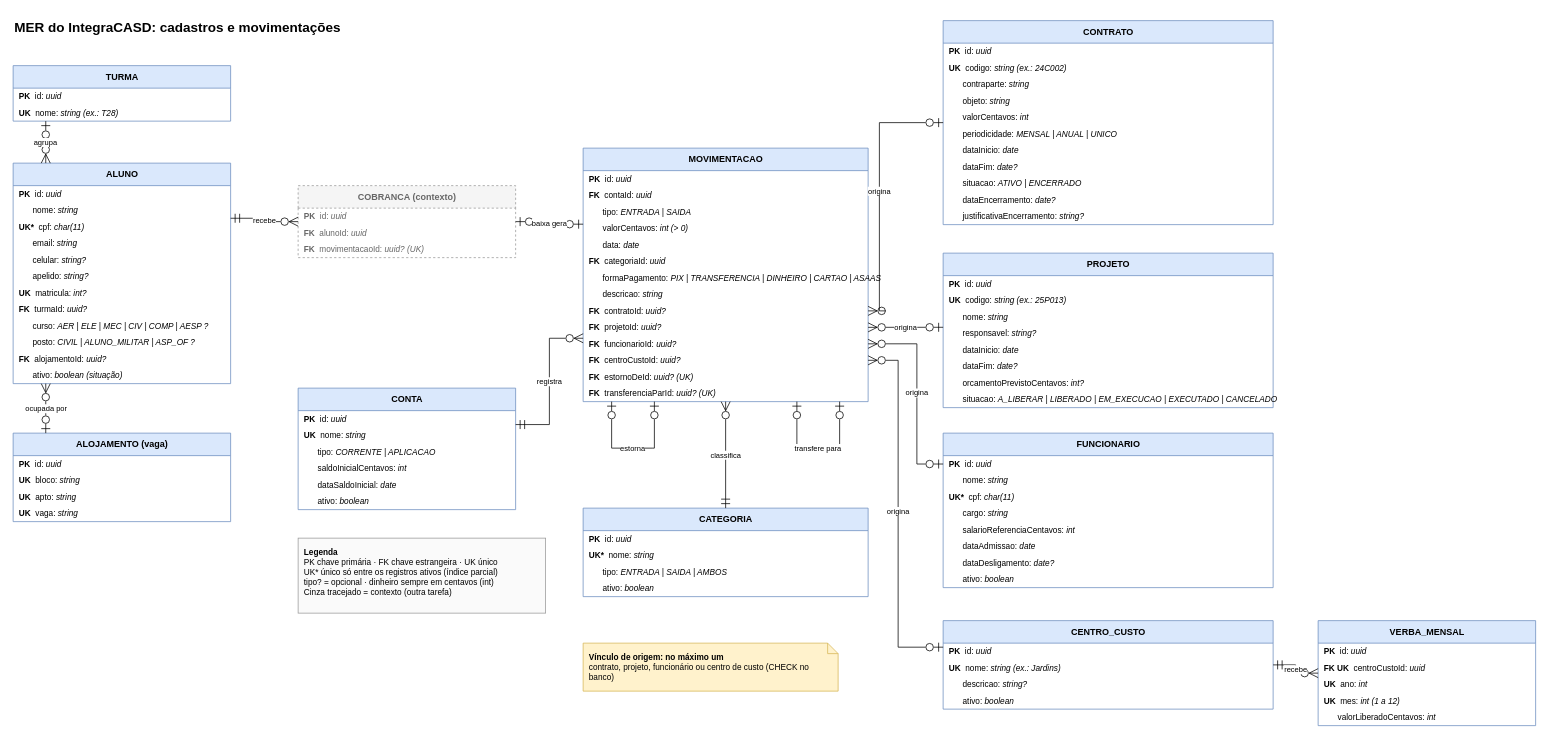
ry7a/IntegraCASD keeps this draw.io diagram as docs/arquitetura/mer-financeiro.drawio. Above is the earlier version. Source tidied: cells renumbered, new cells numbered last; positions are measured from the earlier drawing's top-left corner, leaving out a move shared by most shapes. Both pictures are drawn from the tidied source at 75%, with x=0, y=0 at pixel (13, 13).
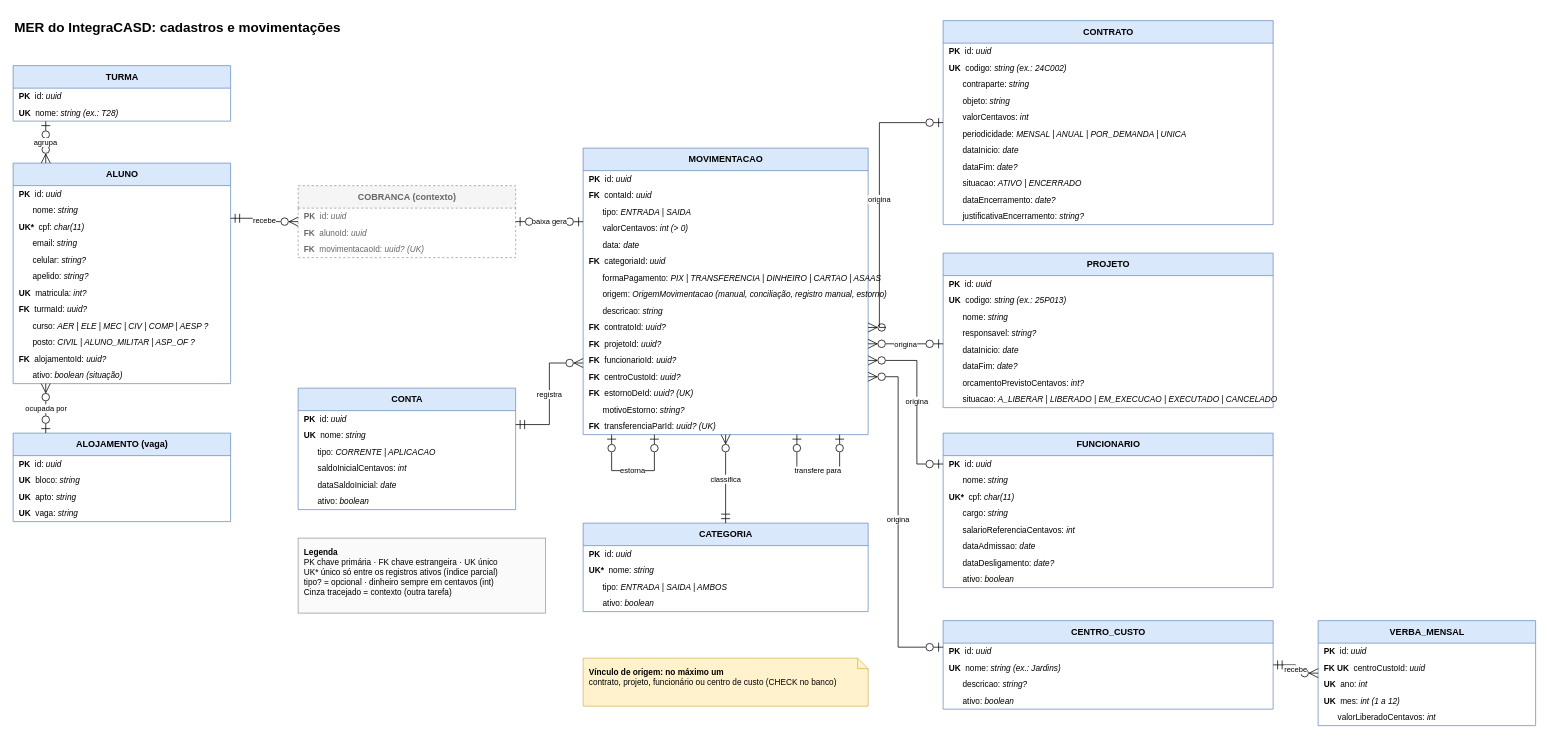
After the change.

Commit message (it also covers changes not shown here):
docs(arquitetura): registra as decisões do MER e os campos de origem e estorno

The change refers to these unchanged cells:
```xml
<mxCell id="26" value="COBRANCA (contexto)" style="swimlane;fontStyle=1;horizontal=1;startSize=30;html=1;fillColor=#F5F5F5;strokeColor=#999999;fontColor=#666666;dashed=1;" parent="1" vertex="1">
  <mxGeometry x="380" y="230" width="290" height="96" as="geometry" />
</mxCell>
<mxCell id="57" value="CONTRATO" style="swimlane;fontStyle=1;horizontal=1;startSize=30;html=1;fillColor=#DAE8FC;strokeColor=#6C8EBF;" parent="1" vertex="1">
  <mxGeometry x="1240" y="10" width="440" height="272" as="geometry" />
</mxCell>
<mxCell id="69" value="PROJETO" style="swimlane;fontStyle=1;horizontal=1;startSize=30;html=1;fillColor=#DAE8FC;strokeColor=#6C8EBF;" parent="1" vertex="1">
  <mxGeometry x="1240" y="320" width="440" height="206" as="geometry" />
</mxCell>
<mxCell id="78" value="FUNCIONARIO" style="swimlane;fontStyle=1;horizontal=1;startSize=30;html=1;fillColor=#DAE8FC;strokeColor=#6C8EBF;" parent="1" vertex="1">
  <mxGeometry x="1240" y="560" width="440" height="206" as="geometry" />
</mxCell>
<mxCell id="87" value="CENTRO_CUSTO" style="swimlane;fontStyle=1;horizontal=1;startSize=30;html=1;fillColor=#DAE8FC;strokeColor=#6C8EBF;" parent="1" vertex="1">
  <mxGeometry x="1240" y="810" width="440" height="118" as="geometry" />
</mxCell>
```

The edit, as a diff of the source:
```diff
@@
     <mxCell id="4" value="&lt;b&gt;Vínculo de origem: no máximo um&lt;/b&gt;&lt;br&gt;contrato, projeto, funcionário ou centro de custo (CHECK no banco)" style="shape=note;html=1;whiteSpace=wrap;align=left;verticalAlign=top;fontSize=11;size=14;fillColor=#FFF2CC;strokeColor=#D6B656;spacing=8;" parent="1" vertex="1">
-      <mxGeometry x="760" y="840" width="340" height="64" as="geometry" />
+      <mxGeometry x="760" y="860" width="380" height="64" as="geometry" />
     </mxCell>
@@
     <mxCell id="37" value="MOVIMENTACAO" style="swimlane;fontStyle=1;horizontal=1;startSize=30;html=1;fillColor=#DAE8FC;strokeColor=#6C8EBF;" parent="1" vertex="1">
-      <mxGeometry x="760" y="180" width="380" height="338" as="geometry" />
+      <mxGeometry x="760" y="180" width="380" height="382" as="geometry" />
     </mxCell>
@@
-    <mxCell id="45" value="&amp;nbsp;&amp;nbsp;&amp;nbsp;&amp;nbsp;&amp;nbsp;&amp;nbsp;descricao: &lt;i&gt;string&lt;/i&gt;" style="text;html=1;align=left;verticalAlign=middle;spacingLeft=6;fontSize=11;" parent="37" vertex="1">
+    <mxCell id="45" value="&amp;nbsp;&amp;nbsp;&amp;nbsp;&amp;nbsp;&amp;nbsp;&amp;nbsp;origem: &lt;i&gt;OrigemMovimentacao  (manual, conciliação, registro manual, estorno)&lt;/i&gt;" style="text;html=1;align=left;verticalAlign=middle;spacingLeft=6;fontSize=11;" parent="37" vertex="1">
       <mxGeometry y="184" width="380" height="22" as="geometry" />
     </mxCell>
-    <mxCell id="46" value="&lt;b&gt;FK&lt;/b&gt;&amp;nbsp;&amp;nbsp;contratoId: &lt;i&gt;uuid?&lt;/i&gt;" style="text;html=1;align=left;verticalAlign=middle;spacingLeft=6;fontSize=11;" parent="37" vertex="1">
+    <mxCell id="46" value="&amp;nbsp;&amp;nbsp;&amp;nbsp;&amp;nbsp;&amp;nbsp;&amp;nbsp;descricao: &lt;i&gt;string&lt;/i&gt;" style="text;html=1;align=left;verticalAlign=middle;spacingLeft=6;fontSize=11;" parent="37" vertex="1">
       <mxGeometry y="206" width="380" height="22" as="geometry" />
     </mxCell>
-    <mxCell id="47" value="&lt;b&gt;FK&lt;/b&gt;&amp;nbsp;&amp;nbsp;projetoId: &lt;i&gt;uuid?&lt;/i&gt;" style="text;html=1;align=left;verticalAlign=middle;spacingLeft=6;fontSize=11;" parent="37" vertex="1">
+    <mxCell id="47" value="&lt;b&gt;FK&lt;/b&gt;&amp;nbsp;&amp;nbsp;contratoId: &lt;i&gt;uuid?&lt;/i&gt;" style="text;html=1;align=left;verticalAlign=middle;spacingLeft=6;fontSize=11;" parent="37" vertex="1">
       <mxGeometry y="228" width="380" height="22" as="geometry" />
     </mxCell>
-    <mxCell id="48" value="&lt;b&gt;FK&lt;/b&gt;&amp;nbsp;&amp;nbsp;funcionarioId: &lt;i&gt;uuid?&lt;/i&gt;" style="text;html=1;align=left;verticalAlign=middle;spacingLeft=6;fontSize=11;" parent="37" vertex="1">
+    <mxCell id="48" value="&lt;b&gt;FK&lt;/b&gt;&amp;nbsp;&amp;nbsp;projetoId: &lt;i&gt;uuid?&lt;/i&gt;" style="text;html=1;align=left;verticalAlign=middle;spacingLeft=6;fontSize=11;" parent="37" vertex="1">
       <mxGeometry y="250" width="380" height="22" as="geometry" />
     </mxCell>
-    <mxCell id="49" value="&lt;b&gt;FK&lt;/b&gt;&amp;nbsp;&amp;nbsp;centroCustoId: &lt;i&gt;uuid?&lt;/i&gt;" style="text;html=1;align=left;verticalAlign=middle;spacingLeft=6;fontSize=11;" parent="37" vertex="1">
+    <mxCell id="49" value="&lt;b&gt;FK&lt;/b&gt;&amp;nbsp;&amp;nbsp;funcionarioId: &lt;i&gt;uuid?&lt;/i&gt;" style="text;html=1;align=left;verticalAlign=middle;spacingLeft=6;fontSize=11;" parent="37" vertex="1">
       <mxGeometry y="272" width="380" height="22" as="geometry" />
     </mxCell>
-    <mxCell id="50" value="&lt;b&gt;FK&lt;/b&gt;&amp;nbsp;&amp;nbsp;estornoDeId: &lt;i&gt;uuid?  (UK)&lt;/i&gt;" style="text;html=1;align=left;verticalAlign=middle;spacingLeft=6;fontSize=11;" parent="37" vertex="1">
+    <mxCell id="50" value="&lt;b&gt;FK&lt;/b&gt;&amp;nbsp;&amp;nbsp;centroCustoId: &lt;i&gt;uuid?&lt;/i&gt;" style="text;html=1;align=left;verticalAlign=middle;spacingLeft=6;fontSize=11;" parent="37" vertex="1">
       <mxGeometry y="294" width="380" height="22" as="geometry" />
     </mxCell>
-    <mxCell id="51" value="&lt;b&gt;FK&lt;/b&gt;&amp;nbsp;&amp;nbsp;transferenciaParId: &lt;i&gt;uuid?  (UK)&lt;/i&gt;" style="text;html=1;align=left;verticalAlign=middle;spacingLeft=6;fontSize=11;" parent="37" vertex="1">
+    <mxCell id="51" value="&lt;b&gt;FK&lt;/b&gt;&amp;nbsp;&amp;nbsp;estornoDeId: &lt;i&gt;uuid?  (UK)&lt;/i&gt;" style="text;html=1;align=left;verticalAlign=middle;spacingLeft=6;fontSize=11;" parent="37" vertex="1">
       <mxGeometry y="316" width="380" height="22" as="geometry" />
     </mxCell>
+    <mxCell id="111" value="&amp;nbsp;&amp;nbsp;&amp;nbsp;&amp;nbsp;&amp;nbsp;&amp;nbsp;motivoEstorno: &lt;i&gt;string?&lt;/i&gt;" style="text;html=1;align=left;verticalAlign=middle;spacingLeft=6;fontSize=11;" parent="37" vertex="1">
+      <mxGeometry y="338" width="380" height="22" as="geometry" />
+    </mxCell>
+    <mxCell id="112" value="&lt;b&gt;FK&lt;/b&gt;&amp;nbsp;&amp;nbsp;transferenciaParId: &lt;i&gt;uuid?  (UK)&lt;/i&gt;" style="text;html=1;align=left;verticalAlign=middle;spacingLeft=6;fontSize=11;" parent="37" vertex="1">
+      <mxGeometry y="360" width="380" height="22" as="geometry" />
+    </mxCell>
     <mxCell id="52" value="CATEGORIA" style="swimlane;fontStyle=1;horizontal=1;startSize=30;html=1;fillColor=#DAE8FC;strokeColor=#6C8EBF;" parent="1" vertex="1">
-      <mxGeometry x="760" y="660" width="380" height="118" as="geometry" />
+      <mxGeometry x="760" y="680" width="380" height="118" as="geometry" />
     </mxCell>
@@
-    <mxCell id="63" value="&amp;nbsp;&amp;nbsp;&amp;nbsp;&amp;nbsp;&amp;nbsp;&amp;nbsp;periodicidade: &lt;i&gt;MENSAL | ANUAL | UNICO&lt;/i&gt;" style="text;html=1;align=left;verticalAlign=middle;spacingLeft=6;fontSize=11;" parent="57" vertex="1">
+    <mxCell id="63" value="&amp;nbsp;&amp;nbsp;&amp;nbsp;&amp;nbsp;&amp;nbsp;&amp;nbsp;periodicidade: &lt;i&gt;MENSAL | ANUAL | POR_DEMANDA | UNICA&lt;/i&gt;" style="text;html=1;align=left;verticalAlign=middle;spacingLeft=6;fontSize=11;" parent="57" vertex="1">
       <mxGeometry y="140" width="440" height="22" as="geometry" />
     </mxCell>
@@
-    <mxCell id="101" value="baixa gera" style="edgeStyle=orthogonalEdgeStyle;rounded=0;html=1;fontSize=10;labelBackgroundColor=#FFFFFF;startArrow=ERzeroToOne;endArrow=ERzeroToOne;startFill=0;endFill=0;endSize=10;startSize=10;exitX=1;exitY=0.5;entryX=0;entryY=0.3;" parent="1" edge="1" source="26" target="37">
+    <mxCell id="101" value="baixa gera" style="edgeStyle=orthogonalEdgeStyle;rounded=0;html=1;fontSize=10;labelBackgroundColor=#FFFFFF;startArrow=ERzeroToOne;endArrow=ERzeroToOne;startFill=0;endFill=0;endSize=10;startSize=10;exitX=1;exitY=0.5;entryX=0;entryY=0.257;" parent="1" edge="1" source="26" target="37">
       <mxGeometry relative="1" as="geometry" />
     </mxCell>
@@
-    <mxCell id="104" value="origina" style="edgeStyle=orthogonalEdgeStyle;rounded=0;html=1;fontSize=10;labelBackgroundColor=#FFFFFF;startArrow=ERzeroToOne;endArrow=ERzeroToMany;startFill=0;endFill=0;endSize=10;startSize=10;exitX=0;exitY=0.5;entryX=1;entryY=0.642;" parent="1" edge="1" source="57" target="37">
+    <mxCell id="104" value="origina" style="edgeStyle=orthogonalEdgeStyle;rounded=0;html=1;fontSize=10;labelBackgroundColor=#FFFFFF;startArrow=ERzeroToOne;endArrow=ERzeroToMany;startFill=0;endFill=0;endSize=10;startSize=10;exitX=0;exitY=0.5;entryX=1;entryY=0.626;" parent="1" edge="1" source="57" target="37">
       <mxGeometry relative="1" as="geometry">
         <Array as="points">
           <mxPoint x="1155" y="146" />
-          <mxPoint x="1155" y="397" />
+          <mxPoint x="1155" y="419" />
         </Array>
       </mxGeometry>
     </mxCell>
-    <mxCell id="105" value="origina" style="edgeStyle=orthogonalEdgeStyle;rounded=0;html=1;fontSize=10;labelBackgroundColor=#FFFFFF;startArrow=ERzeroToOne;endArrow=ERzeroToMany;startFill=0;endFill=0;endSize=10;startSize=10;exitX=0;exitY=0.48;entryX=1;entryY=0.707;" parent="1" edge="1" source="69" target="37">
+    <mxCell id="105" value="origina" style="edgeStyle=orthogonalEdgeStyle;rounded=0;html=1;fontSize=10;labelBackgroundColor=#FFFFFF;startArrow=ERzeroToOne;endArrow=ERzeroToMany;startFill=0;endFill=0;endSize=10;startSize=10;exitX=0;exitY=0.587;entryX=1;entryY=0.683;" parent="1" edge="1" source="69" target="37">
       <mxGeometry relative="1" as="geometry" />
     </mxCell>
-    <mxCell id="106" value="origina" style="edgeStyle=orthogonalEdgeStyle;rounded=0;html=1;fontSize=10;labelBackgroundColor=#FFFFFF;startArrow=ERzeroToOne;endArrow=ERzeroToMany;startFill=0;endFill=0;endSize=10;startSize=10;exitX=0;exitY=0.2;entryX=1;entryY=0.772;" parent="1" edge="1" source="78" target="37">
+    <mxCell id="106" value="origina" style="edgeStyle=orthogonalEdgeStyle;rounded=0;html=1;fontSize=10;labelBackgroundColor=#FFFFFF;startArrow=ERzeroToOne;endArrow=ERzeroToMany;startFill=0;endFill=0;endSize=10;startSize=10;exitX=0;exitY=0.2;entryX=1;entryY=0.741;" parent="1" edge="1" source="78" target="37">
       <mxGeometry relative="1" as="geometry">
         <Array as="points">
           <mxPoint x="1205" y="601" />
-          <mxPoint x="1205" y="441" />
+          <mxPoint x="1205" y="463" />
         </Array>
       </mxGeometry>
     </mxCell>
-    <mxCell id="107" value="origina" style="edgeStyle=orthogonalEdgeStyle;rounded=0;html=1;fontSize=10;labelBackgroundColor=#FFFFFF;startArrow=ERzeroToOne;endArrow=ERzeroToMany;startFill=0;endFill=0;endSize=10;startSize=10;exitX=0;exitY=0.3;entryX=1;entryY=0.837;" parent="1" edge="1" source="87" target="37">
+    <mxCell id="107" value="origina" style="edgeStyle=orthogonalEdgeStyle;rounded=0;html=1;fontSize=10;labelBackgroundColor=#FFFFFF;startArrow=ERzeroToOne;endArrow=ERzeroToMany;startFill=0;endFill=0;endSize=10;startSize=10;exitX=0;exitY=0.3;entryX=1;entryY=0.798;" parent="1" edge="1" source="87" target="37">
       <mxGeometry relative="1" as="geometry">
         <Array as="points">
           <mxPoint x="1180" y="845" />
-          <mxPoint x="1180" y="463" />
+          <mxPoint x="1180" y="485" />
         </Array>
       </mxGeometry>
     </mxCell>
@@
     <mxCell id="109" value="estorna" style="edgeStyle=orthogonalEdgeStyle;rounded=0;html=1;fontSize=10;labelBackgroundColor=#FFFFFF;startArrow=ERzeroToOne;endArrow=ERzeroToOne;startFill=0;endFill=0;endSize=10;startSize=10;exitX=0.25;exitY=1;entryX=0.1;entryY=1;" parent="1" edge="1" source="37" target="37">
       <mxGeometry relative="1" as="geometry">
         <Array as="points">
-          <mxPoint x="853" y="580" />
-          <mxPoint x="797" y="580" />
+          <mxPoint x="855" y="610" />
+          <mxPoint x="798" y="610" />
         </Array>
       </mxGeometry>
     </mxCell>
     <mxCell id="110" value="transfere para" style="edgeStyle=orthogonalEdgeStyle;rounded=0;html=1;fontSize=10;labelBackgroundColor=#FFFFFF;startArrow=ERzeroToOne;endArrow=ERzeroToOne;startFill=0;endFill=0;endSize=10;startSize=10;exitX=0.9;exitY=1;entryX=0.75;entryY=1;" parent="1" edge="1" source="37" target="37">
       <mxGeometry relative="1" as="geometry">
         <Array as="points">
-          <mxPoint x="1093" y="580" />
-          <mxPoint x="1038" y="580" />
+          <mxPoint x="1102" y="610" />
+          <mxPoint x="1045" y="610" />
         </Array>
       </mxGeometry>
     </mxCell>
```
